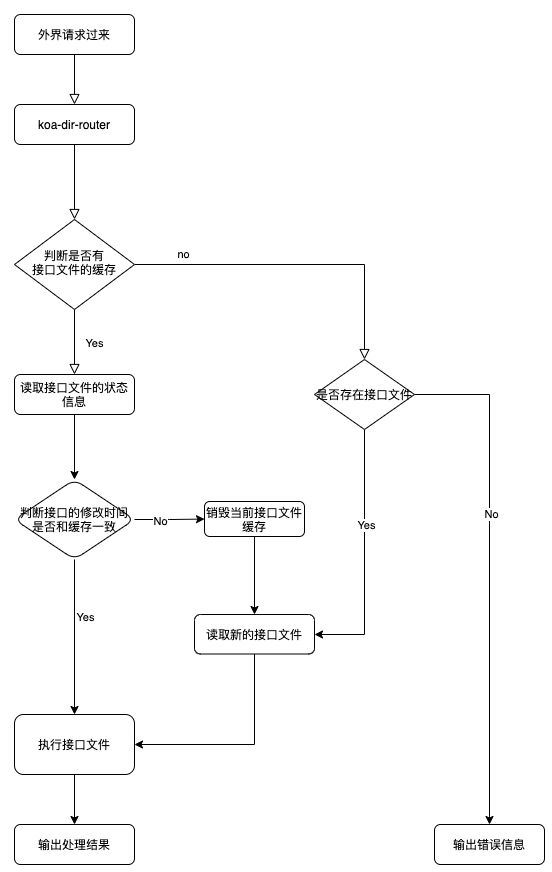
The draw.io diagram koa-dir-router.png in xueliangGit/koa-dir-router, before a commit. Source tidied: cells renumbered, new cells last; positions are measured from the earlier drawing's top-left corner, leaving out a move shared by most shapes. Source of this version:
```xml
<mxGraphModel>
  <root>
    <mxCell id="0" />
    <mxCell id="1" parent="0" />
    <mxCell id="2" style="rounded=0;html=1;jettySize=auto;fontSize=11;endArrow=block;endFill=0;endSize=8;strokeWidth=1;shadow=0;labelBackgroundColor=none;edgeStyle=orthogonalEdgeStyle;" parent="1" edge="1" source="3">
      <mxGeometry relative="1" as="geometry">
        <mxPoint x="60" y="90" as="targetPoint" />
      </mxGeometry>
    </mxCell>
    <mxCell id="3" value="外界请求过来" style="rounded=1;whiteSpace=wrap;html=1;fontSize=12;glass=0;strokeWidth=1;shadow=0;" parent="1" vertex="1">
      <mxGeometry width="120" height="40" as="geometry" />
    </mxCell>
    <mxCell id="4" style="rounded=0;html=1;jettySize=auto;fontSize=11;endArrow=block;endFill=0;endSize=8;strokeWidth=1;shadow=0;labelBackgroundColor=none;edgeStyle=orthogonalEdgeStyle;exitX=0.5;exitY=1;exitDx=0;exitDy=0;" parent="1" edge="1" source="5" target="8">
      <mxGeometry y="20" relative="1" as="geometry" />
    </mxCell>
    <mxCell id="5" value="koa-dir-router" style="rounded=1;whiteSpace=wrap;html=1;fontSize=12;glass=0;strokeWidth=1;shadow=0;" parent="1" vertex="1">
      <mxGeometry y="90" width="120" height="40" as="geometry" />
    </mxCell>
    <mxCell id="6" value="Yes&lt;br&gt;" style="rounded=0;html=1;jettySize=auto;fontSize=11;endArrow=block;endFill=0;endSize=8;strokeWidth=1;shadow=0;labelBackgroundColor=none;edgeStyle=orthogonalEdgeStyle;" parent="1" edge="1" source="8" target="10">
      <mxGeometry x="0.03" y="20" relative="1" as="geometry" />
    </mxCell>
    <mxCell id="7" value="no" style="edgeStyle=orthogonalEdgeStyle;rounded=0;html=1;jettySize=auto;fontSize=11;endArrow=block;endFill=0;endSize=8;strokeWidth=1;shadow=0;labelBackgroundColor=none;entryX=0.5;entryY=0;entryDx=0;entryDy=0;" parent="1" edge="1" source="8" target="27">
      <mxGeometry x="-0.7" y="10" relative="1" as="geometry" />
    </mxCell>
    <mxCell id="8" value="判断是否有&lt;br&gt;接口文件的缓存" style="rhombus;whiteSpace=wrap;html=1;shadow=0;fontFamily=Helvetica;fontSize=12;align=center;strokeWidth=1;spacing=6;spacingTop=-4;" parent="1" vertex="1">
      <mxGeometry y="205" width="120" height="90" as="geometry" />
    </mxCell>
    <mxCell id="9" style="edgeStyle=orthogonalEdgeStyle;rounded=0;jettySize=auto;html=1;" parent="1" edge="1" source="10" target="15">
      <mxGeometry relative="1" as="geometry" />
    </mxCell>
    <mxCell id="10" value="读取接口文件的状态信息" style="rounded=1;whiteSpace=wrap;html=1;fontSize=12;glass=0;strokeWidth=1;shadow=0;" parent="1" vertex="1">
      <mxGeometry y="360" width="120" height="40" as="geometry" />
    </mxCell>
    <mxCell id="11" style="edgeStyle=orthogonalEdgeStyle;rounded=0;jettySize=auto;html=1;" parent="1" edge="1" source="15" target="17">
      <mxGeometry relative="1" as="geometry" />
    </mxCell>
    <mxCell id="12" value="No" style="edgeLabel;html=1;align=center;verticalAlign=middle;" parent="11" vertex="1">
      <mxGeometry x="-0.25" y="-1" relative="1" as="geometry" />
    </mxCell>
    <mxCell id="13" style="edgeStyle=orthogonalEdgeStyle;rounded=0;jettySize=auto;html=1;" parent="1" edge="1" source="15" target="19">
      <mxGeometry relative="1" as="geometry" />
    </mxCell>
    <mxCell id="14" value="Yes" style="edgeLabel;html=1;align=center;verticalAlign=middle;" parent="13" vertex="1">
      <mxGeometry x="-0.27" relative="1" as="geometry">
        <mxPoint x="10" as="offset" />
      </mxGeometry>
    </mxCell>
    <mxCell id="15" value="判断接口的修改时间是否和缓存一致" style="rhombus;whiteSpace=wrap;html=1;rounded=1;shadow=0;strokeWidth=1;glass=0;" parent="1" vertex="1">
      <mxGeometry y="465" width="120" height="80" as="geometry" />
    </mxCell>
    <mxCell id="16" style="edgeStyle=orthogonalEdgeStyle;rounded=0;jettySize=auto;html=1;" parent="1" edge="1" source="17" target="21">
      <mxGeometry relative="1" as="geometry" />
    </mxCell>
    <mxCell id="17" value="销毁当前接口文件缓存" style="whiteSpace=wrap;html=1;rounded=1;shadow=0;strokeWidth=1;glass=0;" parent="1" vertex="1">
      <mxGeometry x="190" y="487" width="100" height="35" as="geometry" />
    </mxCell>
    <mxCell id="18" style="edgeStyle=orthogonalEdgeStyle;rounded=0;jettySize=auto;html=1;" parent="1" edge="1" source="19" target="22">
      <mxGeometry relative="1" as="geometry" />
    </mxCell>
    <mxCell id="19" value="执行接口文件" style="whiteSpace=wrap;html=1;rounded=1;shadow=0;strokeWidth=1;glass=0;" parent="1" vertex="1">
      <mxGeometry y="700" width="120" height="60" as="geometry" />
    </mxCell>
    <mxCell id="20" style="edgeStyle=orthogonalEdgeStyle;rounded=0;jettySize=auto;html=1;entryX=1;entryY=0.5;entryDx=0;entryDy=0;exitX=0.5;exitY=1;exitDx=0;exitDy=0;" parent="1" edge="1" source="21" target="19">
      <mxGeometry relative="1" as="geometry">
        <Array as="points">
          <mxPoint x="240" y="730" />
        </Array>
      </mxGeometry>
    </mxCell>
    <mxCell id="21" value="读取新的接口文件" style="whiteSpace=wrap;html=1;rounded=1;shadow=0;strokeWidth=1;glass=0;" parent="1" vertex="1">
      <mxGeometry x="180" y="600" width="120" height="39.5" as="geometry" />
    </mxCell>
    <mxCell id="22" value="输出处理结果" style="whiteSpace=wrap;html=1;rounded=1;shadow=0;strokeWidth=1;glass=0;" parent="1" vertex="1">
      <mxGeometry y="810" width="120" height="40" as="geometry" />
    </mxCell>
    <mxCell id="23" style="edgeStyle=orthogonalEdgeStyle;rounded=0;jettySize=auto;html=1;" parent="1" edge="1" source="27" target="28">
      <mxGeometry relative="1" as="geometry" />
    </mxCell>
    <mxCell id="24" value="No" style="edgeLabel;html=1;align=center;verticalAlign=middle;" parent="23" vertex="1">
      <mxGeometry x="-0.23" y="1" relative="1" as="geometry" />
    </mxCell>
    <mxCell id="25" style="edgeStyle=orthogonalEdgeStyle;rounded=0;jettySize=auto;html=1;entryX=1;entryY=0.506;entryDx=0;entryDy=0;entryPerimeter=0;" parent="1" edge="1" source="27" target="21">
      <mxGeometry relative="1" as="geometry" />
    </mxCell>
    <mxCell id="26" value="Yes" style="edgeLabel;html=1;align=center;verticalAlign=middle;" parent="25" vertex="1">
      <mxGeometry x="-0.25" y="1" relative="1" as="geometry" />
    </mxCell>
    <mxCell id="27" value="是否存在接口文件" style="rhombus;whiteSpace=wrap;html=1;" parent="1" vertex="1">
      <mxGeometry x="300" y="345" width="100" height="70" as="geometry" />
    </mxCell>
    <mxCell id="28" value="输出错误信息" style="whiteSpace=wrap;html=1;rounded=1;" parent="1" vertex="1">
      <mxGeometry x="420" y="810" width="110" height="40" as="geometry" />
    </mxCell>
  </root>
</mxGraphModel>
```
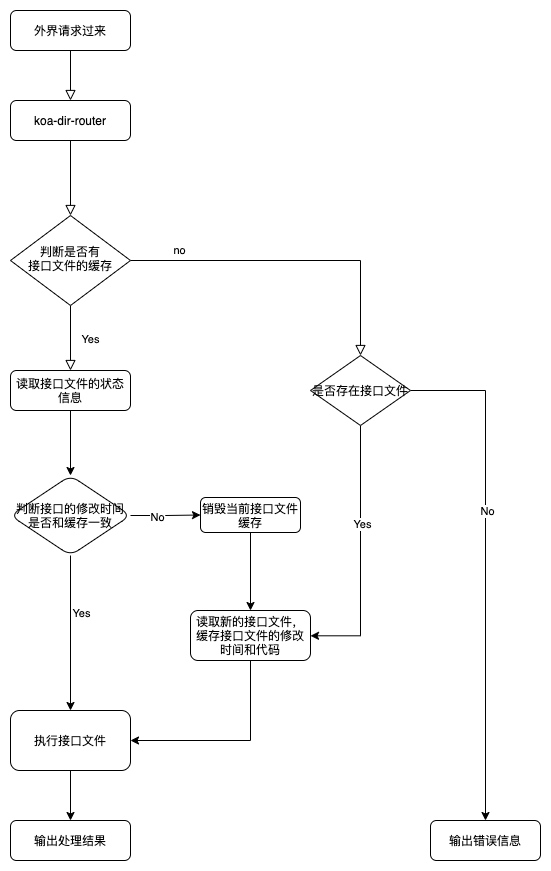
Above is the later version.

Commit message:
更新流程图

更新流程图

The edit, as a diff of the source:
```diff
@@ -67,8 +67,8 @@
         </Array>
       </mxGeometry>
     </mxCell>
-    <mxCell id="21" value="读取新的接口文件" style="whiteSpace=wrap;html=1;rounded=1;shadow=0;strokeWidth=1;glass=0;" parent="1" vertex="1">
-      <mxGeometry x="180" y="600" width="120" height="39.5" as="geometry" />
+    <mxCell id="21" value="读取新的接口文件，缓存接口文件的修改时间和代码" style="whiteSpace=wrap;html=1;rounded=1;shadow=0;strokeWidth=1;glass=0;" parent="1" vertex="1">
+      <mxGeometry x="180" y="600" width="120" height="50" as="geometry" />
     </mxCell>
     <mxCell id="22" value="输出处理结果" style="whiteSpace=wrap;html=1;rounded=1;shadow=0;strokeWidth=1;glass=0;" parent="1" vertex="1">
       <mxGeometry y="810" width="120" height="40" as="geometry" />
```
